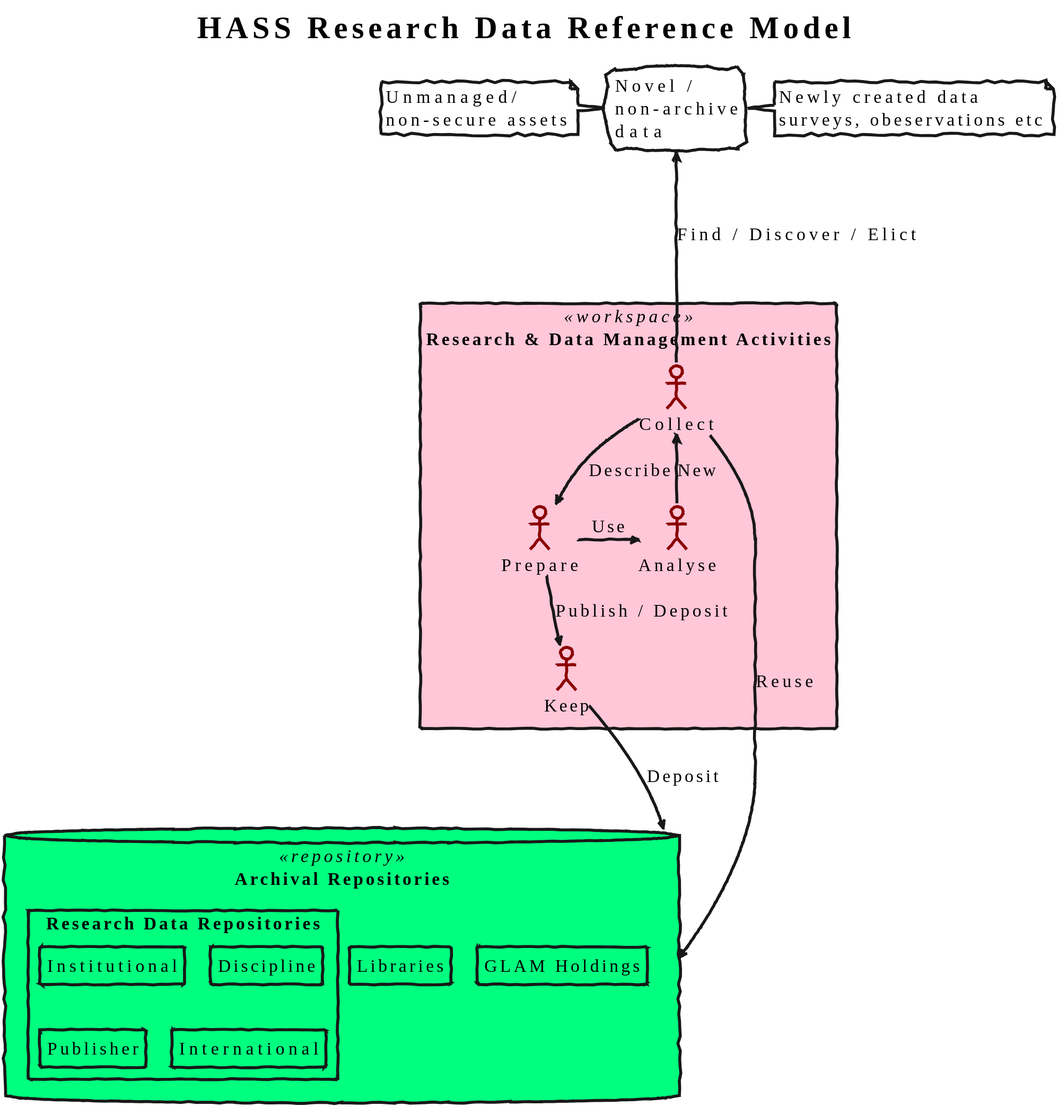
Before: model-v2/model-overview.svg, a diagram exported from PlantUML (ptsefton/cdl-diagrams).
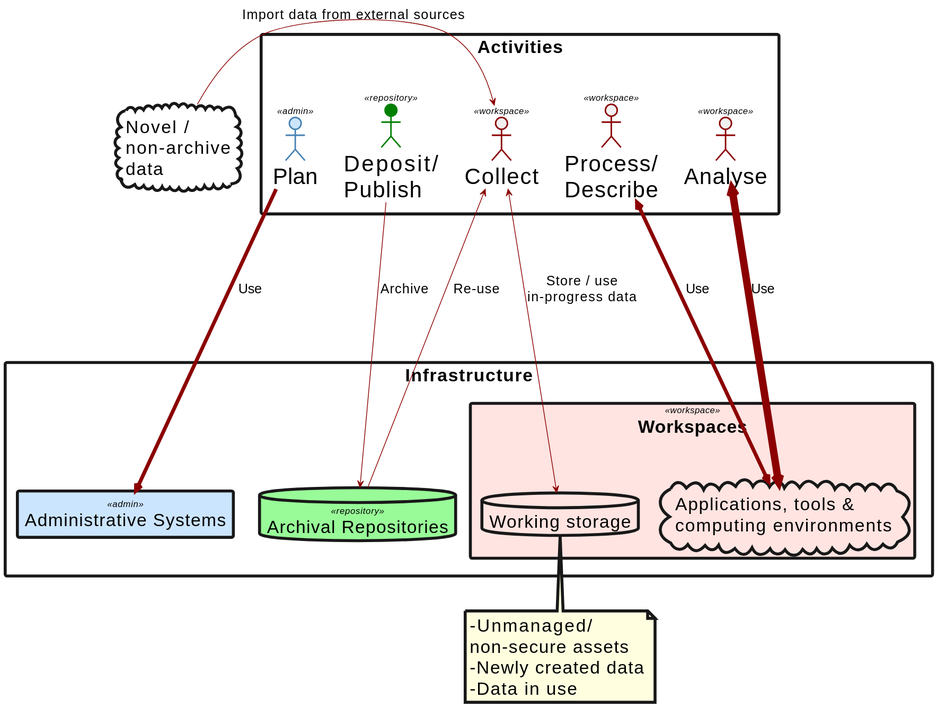
Above is the later version.

What changed in the source:
```diff
@@ -2,31 +2,35 @@
 !include_many ../data-lab-style.txt
 !include_many model-activities.puml
 
-title: HASS Research Data Reference Model
-
-
-
-cloud "Novel /\nnon-archive\ndata" as new
-
-note left of new: Unmanaged/\nnon-secure assets
-note right of new: Newly created data\nsurveys, obeservations etc
 
 
 
 
+
+
+
+rectangle "Infrastructure" as infra {
+ rectangle "Administrative Systems" <<admin>> as admin
+
  database "Archival Repositories" as repo <<repository>> {
- rectangle "Libraries"
- rectangle "Research Data Repositories" {
-    rectangle "Institutional"
-    rectangle "Discipline"
-    rectangle "Publisher"
-    rectangle "International"
  }
- rectangle "GLAM Holdings"
-
+ rectangle "Workspaces" <<workspace>> as ws {
+      database "Working storage" as risk
+      cloud "Applications, tools &\ncomputing environments" as comp
  }
 
-new <--down-- coll : Find / Discover / Elict
-repo <--up-- coll : Reuse
-dep --down-> repo : Deposit
+}
+
+cloud "Novel /\nnon-archive\ndata" as new
+
+
+note bottom of risk: -Unmanaged/\nnon-secure assets\n-Newly created data\n-Data in use
+
+an <-[thickness=10]-> comp : Use
+prep <-[thickness=5]-> comp : Use
+plan -[thickness=5]-> admin : Use
+new --right--> coll : Import data from external sources
+risk <--up--> coll : Store / use\nin-progress data
+repo --up--> coll : Re-use
+dep --down-> repo  : Archive
 @enduml
```
